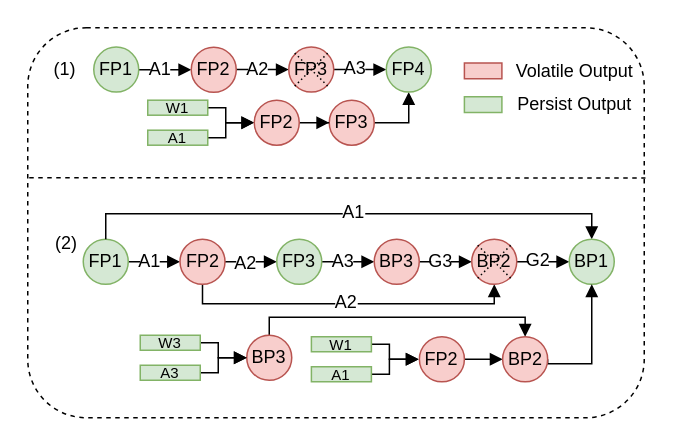
Earlier version of the draw.io diagram fig/recovery.drawio (icszhr/NCheck). Source tidied: cells renumbered, new cells numbered last; positions are measured from the earlier drawing's top-left corner, leaving out a move shared by most shapes. Both pictures are drawn from the tidied source at 150%, with x=0, y=0 at pixel (27, 27).
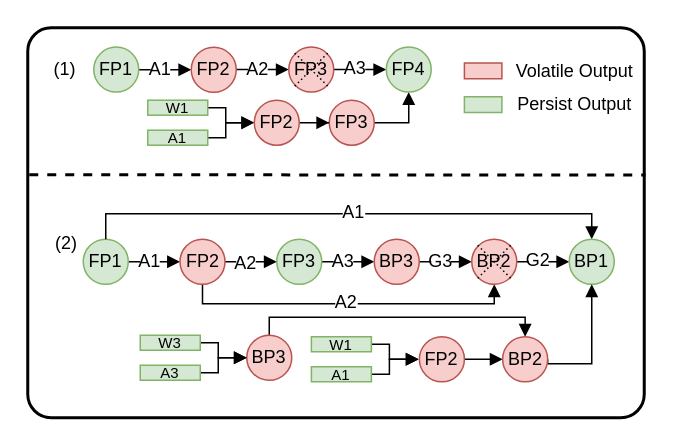
The same page after the edit.

Change to the diagram source:
```diff
@@
-    <mxCell id="2" style="rounded=1;whiteSpace=wrap;html=1;dashed=1;" parent="1" vertex="1">
+    <mxCell id="2" style="rounded=1;whiteSpace=wrap;html=1;arcSize=6;strokeWidth=2;" parent="1" vertex="1">
       <mxGeometry width="411" height="260" as="geometry" />
     </mxCell>
@@
-    <mxCell id="65" style="endArrow=none;dashed=1;html=1;rounded=0;entryX=1.002;entryY=0.347;entryDx=0;entryDy=0;entryPerimeter=0;" parent="1" edge="1">
+    <mxCell id="65" style="endArrow=none;dashed=1;html=1;rounded=0;entryX=1.002;entryY=0.347;entryDx=0;entryDy=0;entryPerimeter=0;strokeWidth=2;" parent="1" edge="1">
       <mxGeometry relative="1" as="geometry">
-        <mxPoint x="1" y="100" as="sourcePoint" />
-        <mxPoint x="411.8" y="100.2" as="targetPoint" />
+        <mxPoint x="1" y="98" as="sourcePoint" />
+        <mxPoint x="411.8" y="98.2" as="targetPoint" />
       </mxGeometry>
     </mxCell>
```
